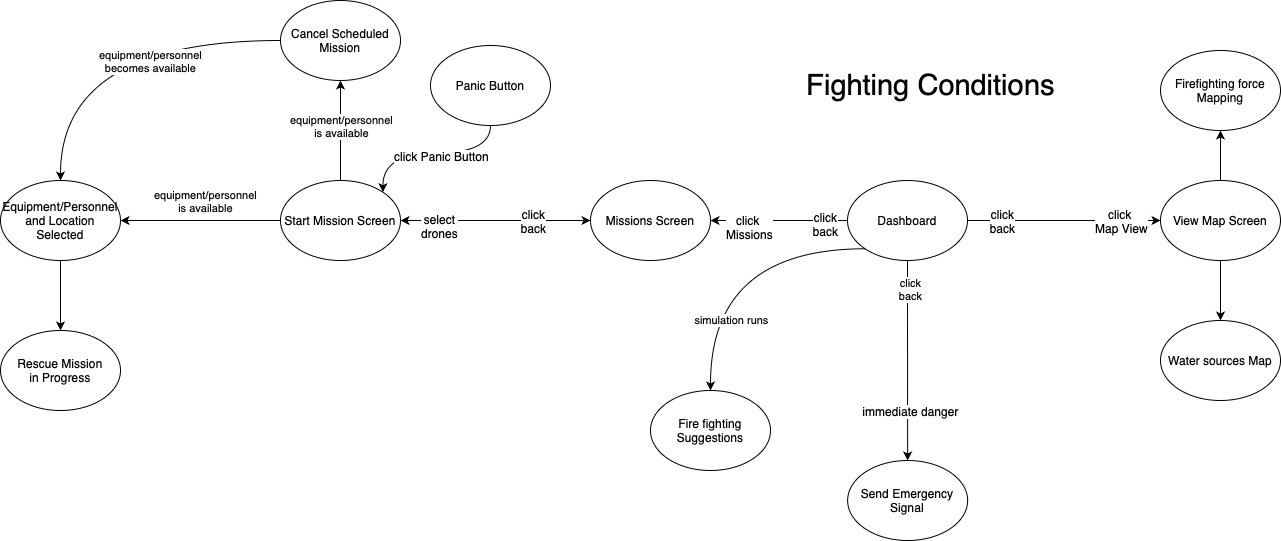
This is StateDiagrams/Fighting.drawio.png from Fire-Prevention/fire-prevention, a draw.io export, as it was before one commit. Source tidied: cells renumbered, new cells last; positions are measured from the earlier drawing's top-left corner, leaving out a move shared by most shapes.
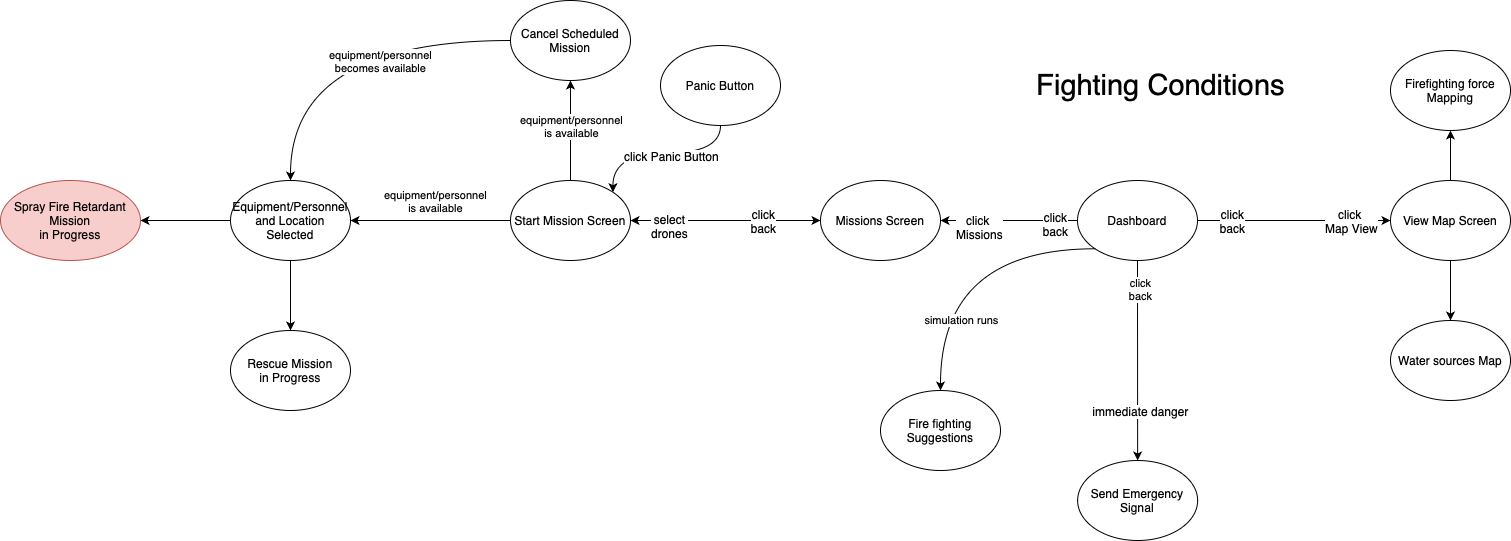
Later version of the same file.

Change to the diagram source:
```diff
@@ -146,5 +146,11 @@
     <mxCell id="43" value="Cancel Scheduled Mission" style="ellipse;whiteSpace=wrap;html=1;" parent="1" vertex="1">
       <mxGeometry x="280" width="120" height="80" as="geometry" />
     </mxCell>
+    <mxCell id="44" style="edgeStyle=orthogonalEdgeStyle;rounded=0;jettySize=auto;html=1;exitX=0;exitY=0.5;exitDx=0;exitDy=0;" parent="1" edge="1" source="39" target="45">
+      <mxGeometry relative="1" as="geometry" />
+    </mxCell>
+    <mxCell id="45" value="Spray Fire Retardant&lt;br&gt;Mission&lt;br&gt;in Progress" style="ellipse;whiteSpace=wrap;html=1;fillColor=#f8cecc;strokeColor=#b85450;" parent="1" vertex="1">
+      <mxGeometry x="-230" y="180" width="140" height="80" as="geometry" />
+    </mxCell>
   </root>
 </mxGraphModel>
```
